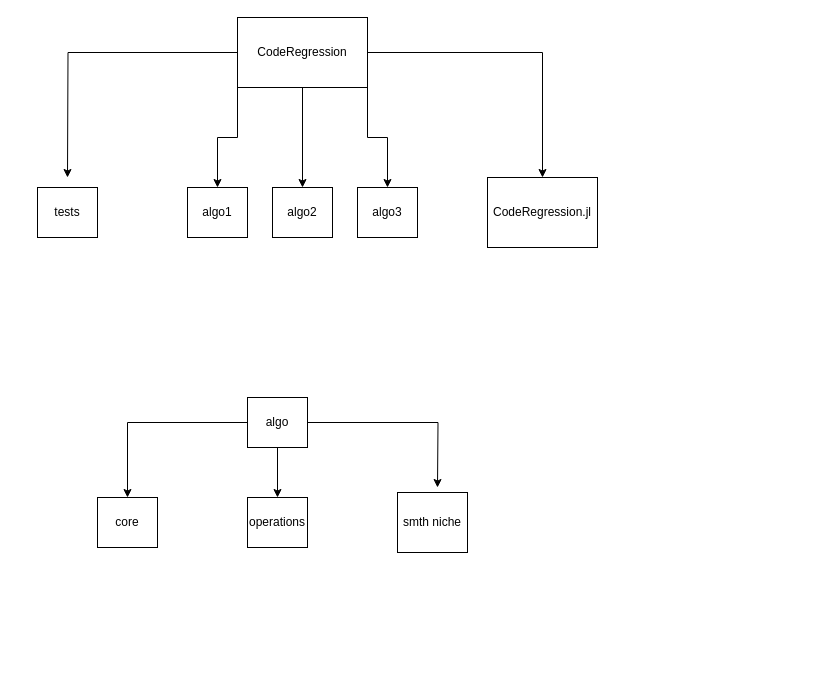
Above: coderegression.drawio in gojakuch/CodeRegression.jl (draw.io), before the change. Source tidied: cells renumbered, new cells numbered last; positions are measured from the earlier drawing's top-left corner, leaving out a move shared by most shapes. Both pictures are drawn from the tidied source at 100%, with x=0, y=0 at pixel (37, 17).
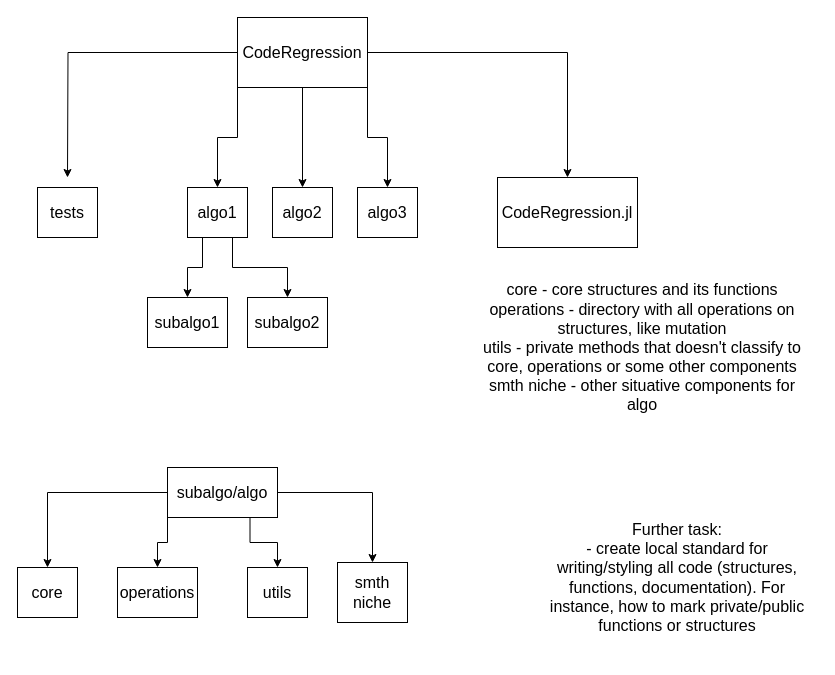
The same page after the edit.

Change to the diagram source:
```diff
@@
-    <mxCell id="2" style="edgeStyle=orthogonalEdgeStyle;rounded=0;jettySize=auto;html=1;exitX=0;exitY=0.5;exitDx=0;exitDy=0;" parent="1" edge="1" source="7">
+    <mxCell id="2" style="edgeStyle=orthogonalEdgeStyle;rounded=0;jettySize=auto;html=1;exitX=0;exitY=0.5;exitDx=0;exitDy=0;fontSize=16;" parent="1" edge="1" source="7">
       <mxGeometry relative="1" as="geometry">
         <mxPoint x="30" y="160" as="targetPoint" />
       </mxGeometry>
     </mxCell>
-    <mxCell id="3" style="edgeStyle=orthogonalEdgeStyle;rounded=0;jettySize=auto;html=1;exitX=1;exitY=1;exitDx=0;exitDy=0;" parent="1" edge="1" source="7" target="8">
+    <mxCell id="3" style="edgeStyle=orthogonalEdgeStyle;rounded=0;jettySize=auto;html=1;exitX=1;exitY=1;exitDx=0;exitDy=0;fontSize=16;" parent="1" edge="1" source="7" target="8">
       <mxGeometry relative="1" as="geometry" />
     </mxCell>
-    <mxCell id="4" style="edgeStyle=orthogonalEdgeStyle;rounded=0;jettySize=auto;html=1;entryX=0.5;entryY=0;entryDx=0;entryDy=0;" parent="1" edge="1" source="7" target="9">
+    <mxCell id="4" style="edgeStyle=orthogonalEdgeStyle;rounded=0;jettySize=auto;html=1;entryX=0.5;entryY=0;entryDx=0;entryDy=0;fontSize=16;" parent="1" edge="1" source="7" target="9">
       <mxGeometry relative="1" as="geometry" />
     </mxCell>
-    <mxCell id="5" style="edgeStyle=orthogonalEdgeStyle;rounded=0;jettySize=auto;html=1;exitX=0;exitY=1;exitDx=0;exitDy=0;entryX=0.5;entryY=0;entryDx=0;entryDy=0;" parent="1" edge="1" source="7" target="10">
+    <mxCell id="5" style="edgeStyle=orthogonalEdgeStyle;rounded=0;jettySize=auto;html=1;exitX=0;exitY=1;exitDx=0;exitDy=0;entryX=0.5;entryY=0;entryDx=0;entryDy=0;fontSize=16;" parent="1" edge="1" source="7" target="10">
       <mxGeometry relative="1" as="geometry" />
     </mxCell>
-    <mxCell id="6" style="edgeStyle=orthogonalEdgeStyle;rounded=0;jettySize=auto;html=1;exitX=1;exitY=0.5;exitDx=0;exitDy=0;entryX=0.5;entryY=0;entryDx=0;entryDy=0;" parent="1" edge="1" source="7" target="16">
+    <mxCell id="6" style="edgeStyle=orthogonalEdgeStyle;rounded=0;jettySize=auto;html=1;exitX=1;exitY=0.5;exitDx=0;exitDy=0;entryX=0.5;entryY=0;entryDx=0;entryDy=0;fontSize=16;" parent="1" edge="1" source="7" target="16">
       <mxGeometry relative="1" as="geometry" />
     </mxCell>
-    <mxCell id="7" value="CodeRegression" style="rounded=0;whiteSpace=wrap;html=1;" parent="1" vertex="1">
+    <mxCell id="7" value="CodeRegression" style="rounded=0;whiteSpace=wrap;html=1;fontSize=16;" parent="1" vertex="1">
       <mxGeometry x="200" width="130" height="70" as="geometry" />
     </mxCell>
-    <mxCell id="8" value="algo3" style="rounded=0;whiteSpace=wrap;html=1;" parent="1" vertex="1">
+    <mxCell id="8" value="algo3" style="rounded=0;whiteSpace=wrap;html=1;fontSize=16;" parent="1" vertex="1">
       <mxGeometry x="320" y="170" width="60" height="50" as="geometry" />
     </mxCell>
-    <mxCell id="9" value="algo2" style="rounded=0;whiteSpace=wrap;html=1;" parent="1" vertex="1">
+    <mxCell id="9" value="algo2" style="rounded=0;whiteSpace=wrap;html=1;fontSize=16;" parent="1" vertex="1">
       <mxGeometry x="235" y="170" width="60" height="50" as="geometry" />
     </mxCell>
+    <mxCell id="20" style="edgeStyle=orthogonalEdgeStyle;rounded=0;jettySize=auto;html=1;exitX=0.25;exitY=1;exitDx=0;exitDy=0;entryX=0.5;entryY=0;entryDx=0;entryDy=0;fontSize=16;" parent="1" edge="1" source="10" target="24">
+      <mxGeometry relative="1" as="geometry" />
+    </mxCell>
+    <mxCell id="21" style="edgeStyle=orthogonalEdgeStyle;rounded=0;jettySize=auto;html=1;exitX=0.75;exitY=1;exitDx=0;exitDy=0;entryX=0.5;entryY=0;entryDx=0;entryDy=0;fontSize=16;" parent="1" edge="1" source="10" target="25">
+      <mxGeometry relative="1" as="geometry" />
+    </mxCell>
-    <mxCell id="10" value="algo1" style="rounded=0;whiteSpace=wrap;html=1;" parent="1" vertex="1">
+    <mxCell id="10" value="algo1" style="rounded=0;whiteSpace=wrap;html=1;fontSize=16;" parent="1" vertex="1">
       <mxGeometry x="150" y="170" width="60" height="50" as="geometry" />
     </mxCell>
-    <mxCell id="11" value="tests" style="rounded=0;whiteSpace=wrap;html=1;" parent="1" vertex="1">
+    <mxCell id="11" value="tests" style="rounded=0;whiteSpace=wrap;html=1;fontSize=16;" parent="1" vertex="1">
       <mxGeometry y="170" width="60" height="50" as="geometry" />
     </mxCell>
-    <mxCell id="12" style="edgeStyle=orthogonalEdgeStyle;rounded=0;jettySize=auto;html=1;exitX=1;exitY=0.5;exitDx=0;exitDy=0;" parent="1" edge="1" source="15">
-      <mxGeometry relative="1" as="geometry">
-        <mxPoint x="400" y="470" as="targetPoint" />
-      </mxGeometry>
+    <mxCell id="12" style="edgeStyle=orthogonalEdgeStyle;rounded=0;jettySize=auto;html=1;exitX=1;exitY=0.5;exitDx=0;exitDy=0;fontSize=16;entryX=0.5;entryY=0;entryDx=0;entryDy=0;" parent="1" edge="1" source="15" target="19">
+      <mxGeometry relative="1" as="geometry" />
     </mxCell>
-    <mxCell id="13" style="edgeStyle=orthogonalEdgeStyle;rounded=0;jettySize=auto;html=1;exitX=0.5;exitY=1;exitDx=0;exitDy=0;entryX=0.5;entryY=0;entryDx=0;entryDy=0;" parent="1" edge="1" source="15" target="18">
+    <mxCell id="13" style="edgeStyle=orthogonalEdgeStyle;rounded=0;jettySize=auto;html=1;exitX=0;exitY=1;exitDx=0;exitDy=0;entryX=0.5;entryY=0;entryDx=0;entryDy=0;fontSize=16;" parent="1" edge="1" source="15" target="18">
       <mxGeometry relative="1" as="geometry" />
     </mxCell>
-    <mxCell id="14" style="edgeStyle=orthogonalEdgeStyle;rounded=0;jettySize=auto;html=1;exitX=0;exitY=0.5;exitDx=0;exitDy=0;entryX=0.5;entryY=0;entryDx=0;entryDy=0;" parent="1" edge="1" source="15" target="17">
+    <mxCell id="14" style="edgeStyle=orthogonalEdgeStyle;rounded=0;jettySize=auto;html=1;exitX=0;exitY=0.5;exitDx=0;exitDy=0;entryX=0.5;entryY=0;entryDx=0;entryDy=0;fontSize=16;" parent="1" edge="1" source="15" target="17">
       <mxGeometry relative="1" as="geometry" />
     </mxCell>
+    <mxCell id="22" style="edgeStyle=orthogonalEdgeStyle;rounded=0;jettySize=auto;html=1;exitX=0.75;exitY=1;exitDx=0;exitDy=0;entryX=0.5;entryY=0;entryDx=0;entryDy=0;fontSize=16;" parent="1" edge="1" source="15" target="27">
+      <mxGeometry relative="1" as="geometry" />
+    </mxCell>
+    <mxCell id="23" style="edgeStyle=orthogonalEdgeStyle;rounded=0;jettySize=auto;html=1;exitX=1;exitY=0.5;exitDx=0;exitDy=0;" parent="1" edge="1" source="15">
+      <mxGeometry relative="1" as="geometry">
+        <mxPoint x="240" y="475" as="targetPoint" />
+      </mxGeometry>
+    </mxCell>
-    <mxCell id="15" value="algo" style="rounded=0;whiteSpace=wrap;html=1;" parent="1" vertex="1">
-      <mxGeometry x="210" y="380" width="60" height="50" as="geometry" />
+    <mxCell id="15" value="subalgo/algo" style="rounded=0;whiteSpace=wrap;html=1;fontSize=16;" parent="1" vertex="1">
+      <mxGeometry x="130" y="450" width="110" height="50" as="geometry" />
     </mxCell>
-    <mxCell id="16" value="CodeRegression.jl" style="rounded=0;html=1;whiteSpace=wrap;" parent="1" vertex="1">
-      <mxGeometry x="450" y="160" width="110" height="70" as="geometry" />
+    <mxCell id="16" value="CodeRegression.jl" style="rounded=0;html=1;whiteSpace=wrap;fontSize=16;" parent="1" vertex="1">
+      <mxGeometry x="460" y="160" width="140" height="70" as="geometry" />
     </mxCell>
-    <mxCell id="17" value="core" style="rounded=0;whiteSpace=wrap;html=1;" parent="1" vertex="1">
-      <mxGeometry x="60" y="480" width="60" height="50" as="geometry" />
+    <mxCell id="17" value="core" style="rounded=0;whiteSpace=wrap;html=1;fontSize=16;" parent="1" vertex="1">
+      <mxGeometry x="-20" y="550" width="60" height="50" as="geometry" />
     </mxCell>
-    <mxCell id="18" value="operations" style="rounded=0;whiteSpace=wrap;html=1;" parent="1" vertex="1">
-      <mxGeometry x="210" y="480" width="60" height="50" as="geometry" />
+    <mxCell id="18" value="operations" style="rounded=0;whiteSpace=wrap;html=1;fontSize=16;" parent="1" vertex="1">
+      <mxGeometry x="80" y="550" width="80" height="50" as="geometry" />
     </mxCell>
-    <mxCell id="19" value="smth niche" style="rounded=0;whiteSpace=wrap;html=1;" parent="1" vertex="1">
-      <mxGeometry x="360" y="475" width="70" height="60" as="geometry" />
+    <mxCell id="19" value="smth niche" style="rounded=0;whiteSpace=wrap;html=1;fontSize=16;" parent="1" vertex="1">
+      <mxGeometry x="300" y="545" width="70" height="60" as="geometry" />
     </mxCell>
+    <mxCell id="24" value="subalgo1" style="rounded=0;whiteSpace=wrap;html=1;fontSize=16;" parent="1" vertex="1">
+      <mxGeometry x="110" y="280" width="80" height="50" as="geometry" />
+    </mxCell>
+    <mxCell id="25" value="subalgo2" style="rounded=0;whiteSpace=wrap;html=1;fontSize=16;" parent="1" vertex="1">
+      <mxGeometry x="210" y="280" width="80" height="50" as="geometry" />
+    </mxCell>
+    <mxCell id="26" value="core - core structures and its functions&lt;div&gt;operations - directory with all operations on structures, like mutation&lt;/div&gt;&lt;div&gt;utils - private methods that doesn't classify to core, operations or some other components&lt;/div&gt;&lt;div&gt;smth niche - other situative components for algo&lt;/div&gt;" style="text;html=1;whiteSpace=wrap;strokeColor=none;fillColor=none;align=center;verticalAlign=middle;rounded=0;fontSize=16;" parent="1" vertex="1">
+      <mxGeometry x="440" y="260" width="330" height="140" as="geometry" />
+    </mxCell>
+    <mxCell id="27" value="utils" style="rounded=0;whiteSpace=wrap;html=1;fontSize=16;" parent="1" vertex="1">
+      <mxGeometry x="210" y="550" width="60" height="50" as="geometry" />
+    </mxCell>
+    <mxCell id="28" value="Further task:&lt;div&gt;- create local standard for writing/styling all code (structures, functions, documentation). For instance, how to mark private/public functions or structures&lt;/div&gt;" style="text;html=1;whiteSpace=wrap;strokeColor=none;fillColor=none;align=center;verticalAlign=middle;rounded=0;fontSize=16;" parent="1" vertex="1">
+      <mxGeometry x="500" y="480" width="280" height="160" as="geometry" />
+    </mxCell>
```
